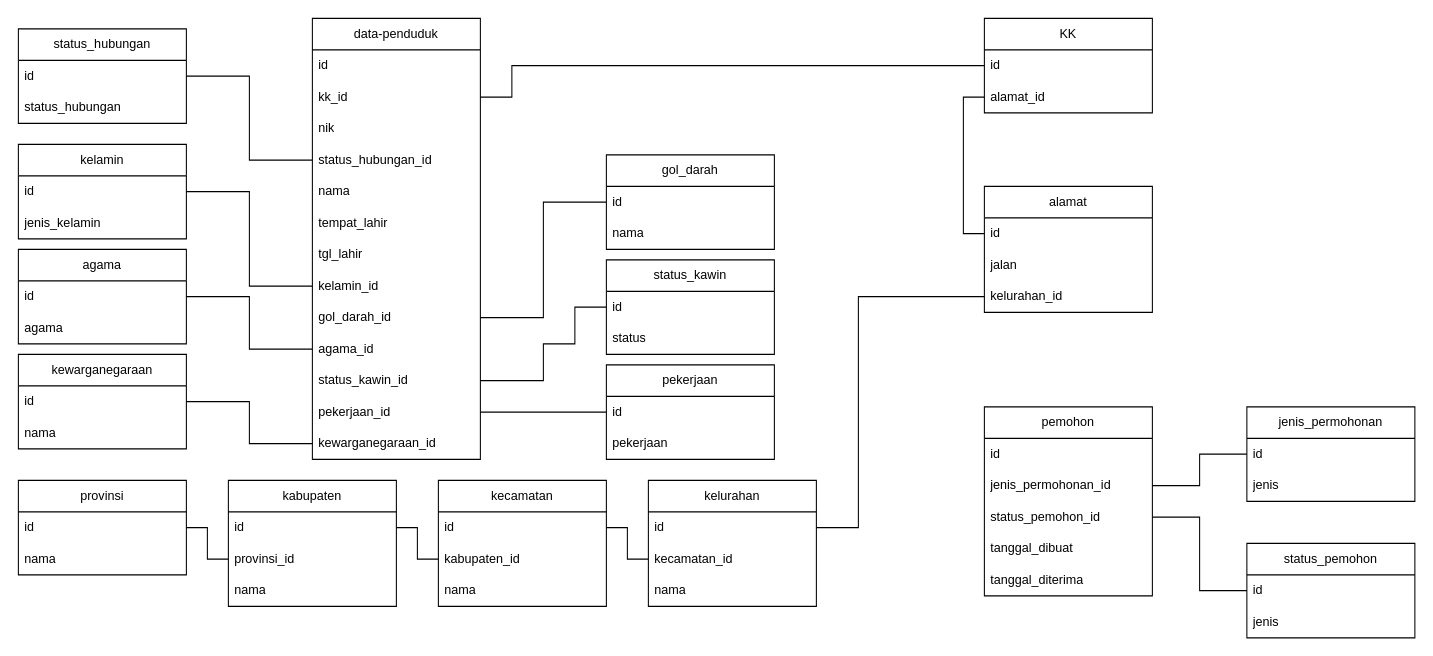
Before: database/design-database/relasi database.drawio in Habsyi2512/data-penduduk, a draw.io diagram. Source tidied: cells renumbered, new cells numbered last; positions are measured from the earlier drawing's top-left corner, leaving out a move shared by most shapes. Both pictures are drawn from the tidied source at 105%, with x=0, y=0 at pixel (18, 18).
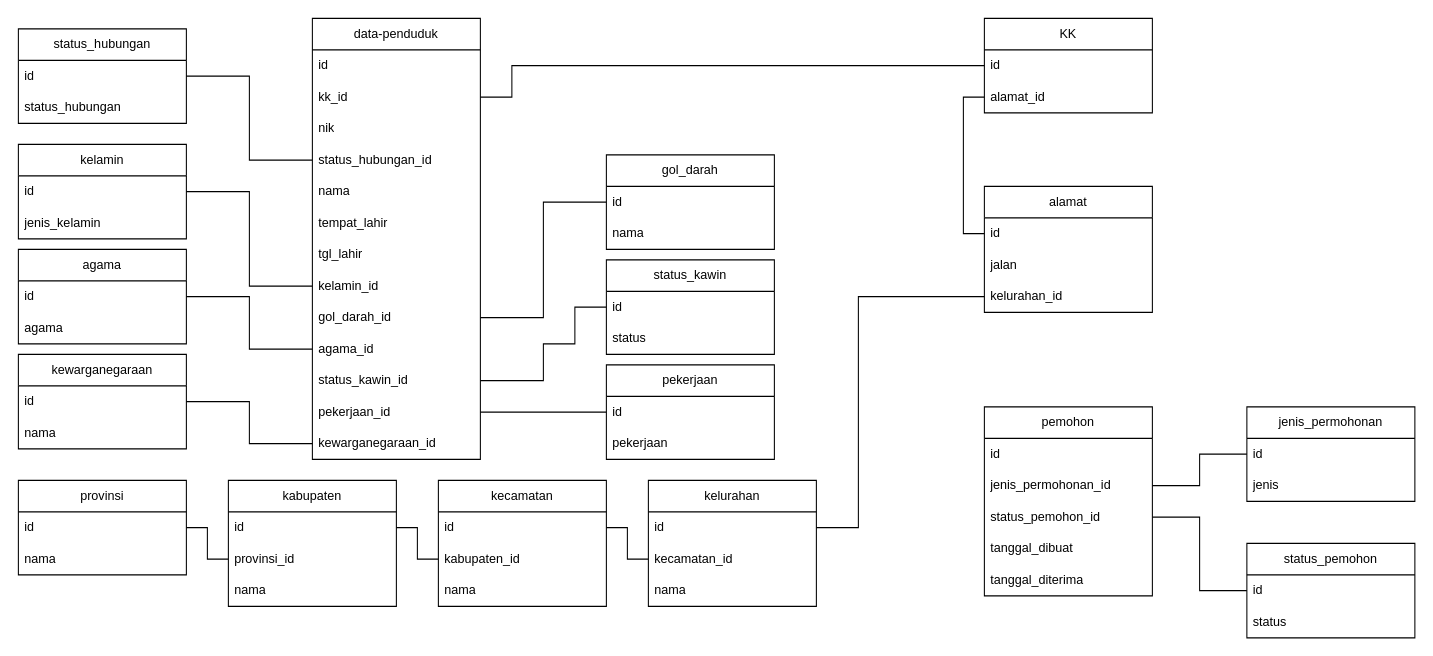
After the change.

Commit message (it also covers changes not shown here):
Create db pemohon ,jenis, status

Unchanged cells that the change refers to:
```xml
<mxCell id="82" value="status_pemohon" style="swimlane;fontStyle=0;horizontal=1;startSize=30;whiteSpace=wrap;html=1;" parent="1" vertex="1">
  <mxGeometry x="1170" y="500" width="160" height="90" as="geometry" />
</mxCell>
```

The edit, as a diff of the source:
```diff
@@
-    <mxCell id="84" value="jenis" style="text;strokeColor=none;fillColor=none;align=left;verticalAlign=middle;spacingLeft=4;spacingRight=4;overflow=hidden;whiteSpace=wrap;html=1;" parent="82" vertex="1">
+    <mxCell id="84" value="status" style="text;strokeColor=none;fillColor=none;align=left;verticalAlign=middle;spacingLeft=4;spacingRight=4;overflow=hidden;whiteSpace=wrap;html=1;" parent="82" vertex="1">
       <mxGeometry y="60" width="160" height="30" as="geometry" />
     </mxCell>
```
